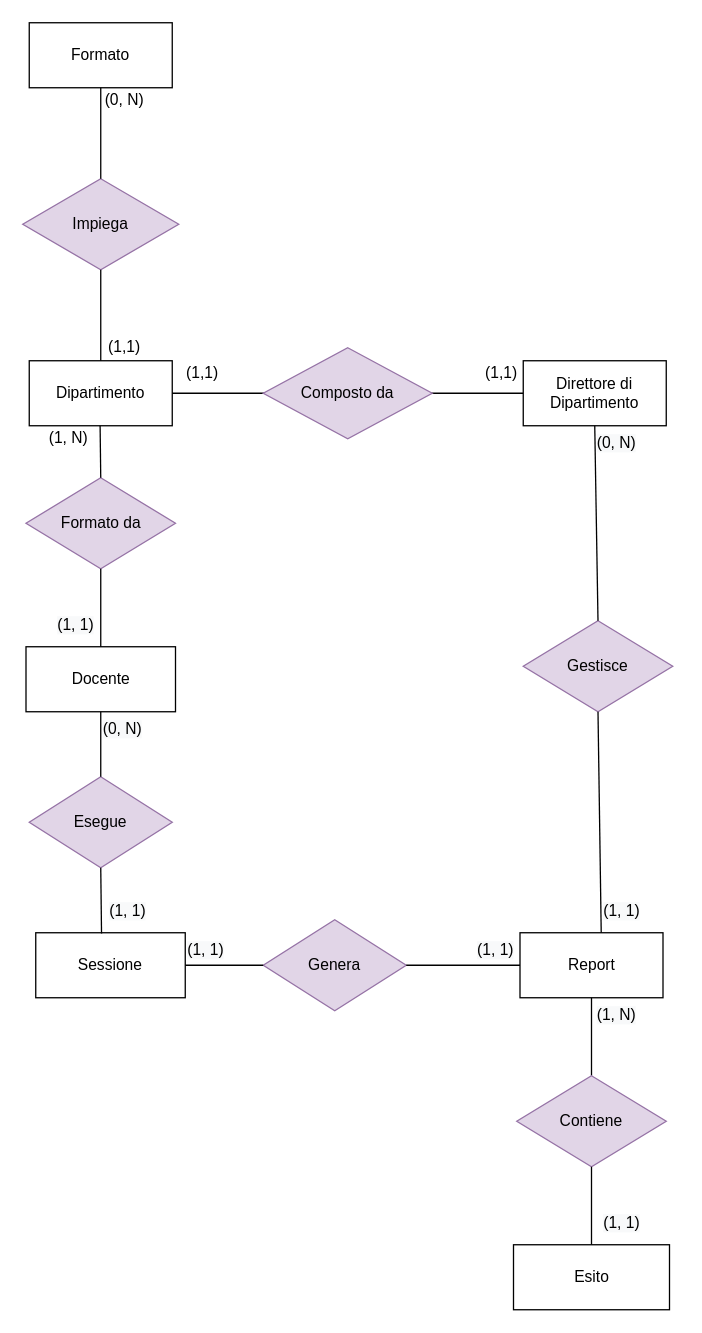
Above: Database/database.drawio in Alberto-00/EasyPass (draw.io), before the change. Source tidied: cells renumbered, new cells numbered last; positions are measured from the earlier drawing's top-left corner, leaving out a move shared by most shapes. Both pictures are drawn from the tidied source at 130%, with x=0, y=0 at pixel (22, 22).
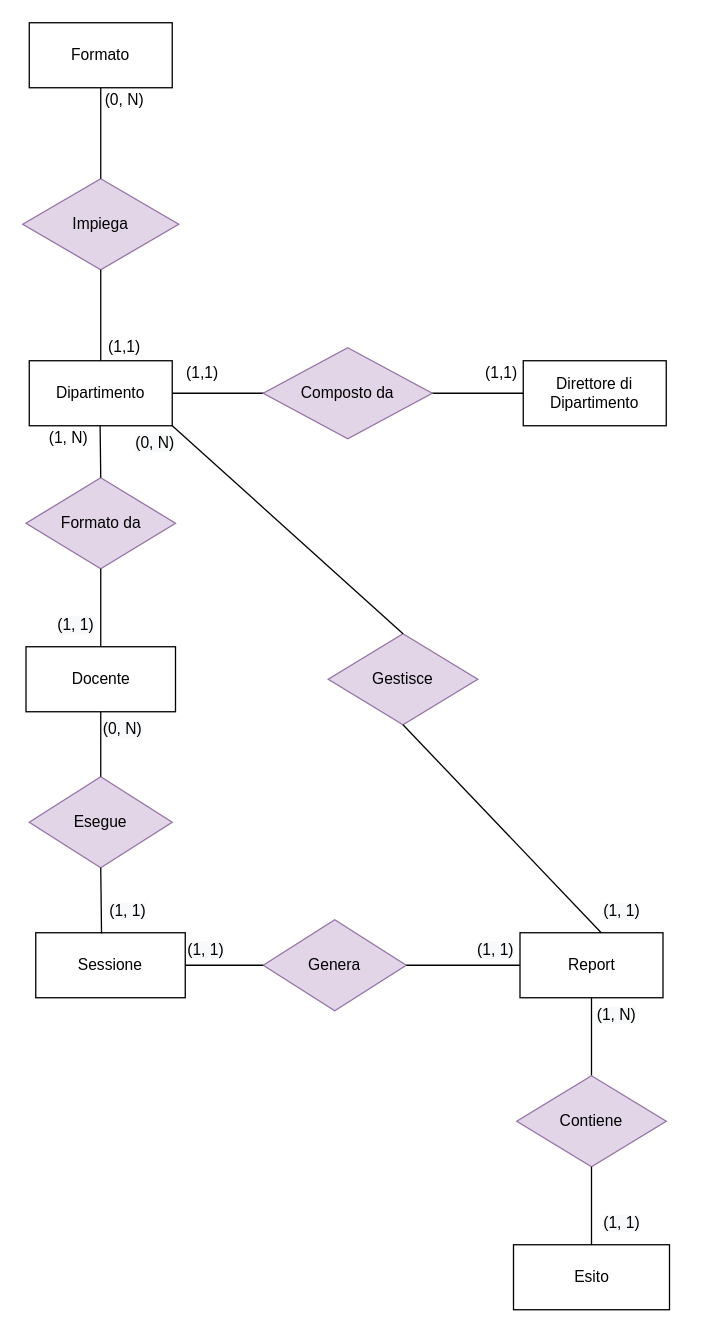
After the change.

Unchanged cells that the change refers to:
```xml
<mxCell id="2" value="Dipartimento" style="rounded=0;whiteSpace=wrap;html=1;" parent="1" vertex="1">
  <mxGeometry x="5" y="260" width="110" height="50" as="geometry" />
</mxCell>
<mxCell id="6" value="Direttore di Dipartimento" style="rounded=0;whiteSpace=wrap;html=1;" parent="1" vertex="1">
  <mxGeometry x="385" y="260" width="110" height="50" as="geometry" />
</mxCell>
```

Diff of the diagram source:
```diff
@@
     <mxCell id="23" value="Gestisce" style="rhombus;whiteSpace=wrap;html=1;fillColor=#e1d5e7;strokeColor=#9673a6;" parent="1" vertex="1">
-      <mxGeometry x="385" y="460" width="115" height="70" as="geometry" />
+      <mxGeometry x="235" y="470" width="115" height="70" as="geometry" />
     </mxCell>
-    <mxCell id="24" style="endArrow=none;html=1;rounded=0;entryX=0.5;entryY=1;entryDx=0;entryDy=0;exitX=0.5;exitY=0;exitDx=0;exitDy=0;" parent="1" edge="1" source="23" target="6">
+    <mxCell id="24" style="endArrow=none;html=1;rounded=0;entryX=1;entryY=1;entryDx=0;entryDy=0;exitX=0.5;exitY=0;exitDx=0;exitDy=0;" parent="1" edge="1" source="23" target="2">
       <mxGeometry relative="1" as="geometry" />
     </mxCell>
@@
     <mxCell id="37" value="&lt;span style=&quot;color: rgb(0 , 0 , 0) ; font-family: &amp;#34;helvetica&amp;#34; ; font-size: 12px ; font-style: normal ; font-weight: 400 ; letter-spacing: normal ; text-align: center ; text-indent: 0px ; text-transform: none ; word-spacing: 0px ; background-color: rgb(248 , 249 , 250) ; display: inline ; float: none&quot;&gt;(0, N)&lt;/span&gt;" style="text;whiteSpace=wrap;html=1;" parent="1" vertex="1">
-      <mxGeometry x="440" y="310" width="60" height="30" as="geometry" />
+      <mxGeometry x="85" y="310" width="60" height="30" as="geometry" />
     </mxCell>
```
